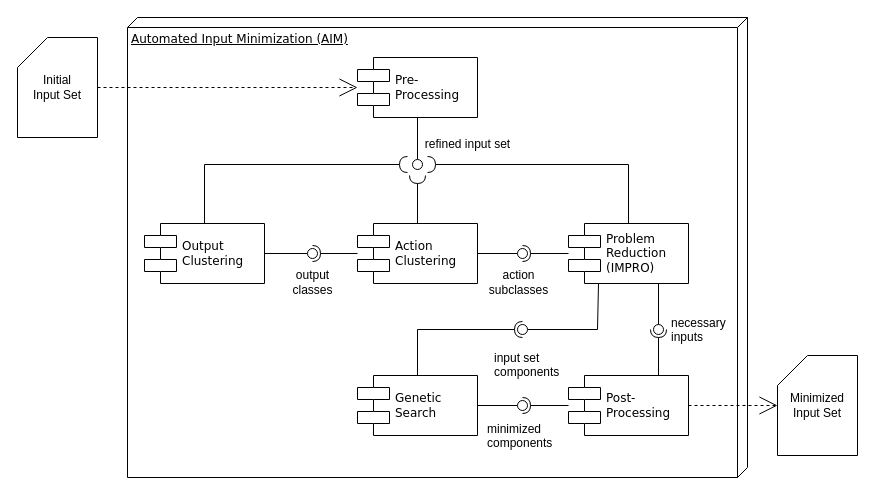
MetamorphicSecurityTesting/Diagrams keeps this draw.io diagram as test_set_minimization.drawio. Above is the earlier version. Source tidied: cells renumbered, new cells numbered last; positions are measured from the earlier drawing's top-left corner, leaving out a move shared by most shapes. Both pictures are drawn from the tidied source at 100%, with x=0, y=0 at pixel (17, 17).
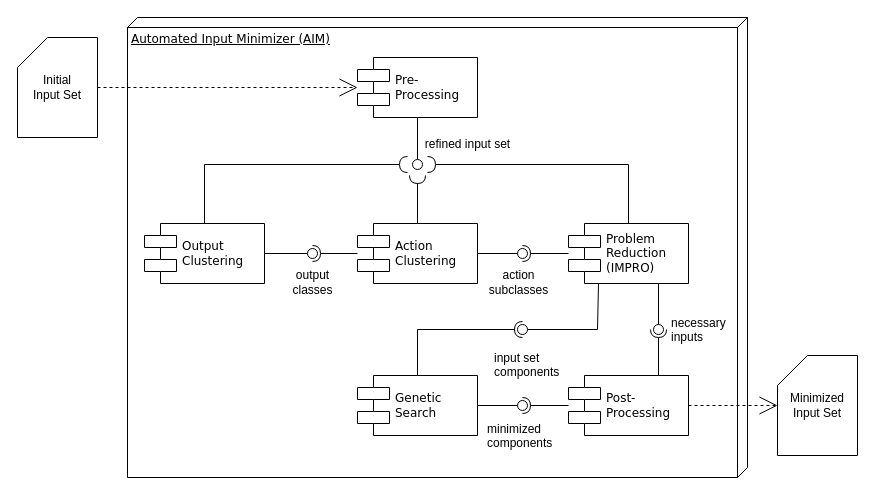
After the change.

Commit message:
fix AIM name

Change to the diagram source:
```diff
@@
-    <mxCell id="2" value="Automated Input Minimization (AIM)" style="verticalAlign=top;align=left;spacingTop=8;spacingLeft=2;spacingRight=12;shape=cube;size=10;direction=south;fontStyle=4;html=1;rounded=0;shadow=0;comic=0;labelBackgroundColor=none;strokeWidth=1;fontFamily=Verdana;fontSize=12;" parent="1" vertex="1">
+    <mxCell id="2" value="Automated Input Minimizer (AIM)" style="verticalAlign=top;align=left;spacingTop=8;spacingLeft=2;spacingRight=12;shape=cube;size=10;direction=south;fontStyle=4;html=1;rounded=0;shadow=0;comic=0;labelBackgroundColor=none;strokeWidth=1;fontFamily=Verdana;fontSize=12;" parent="1" vertex="1">
       <mxGeometry x="110" width="620" height="460" as="geometry" />
     </mxCell>
```
